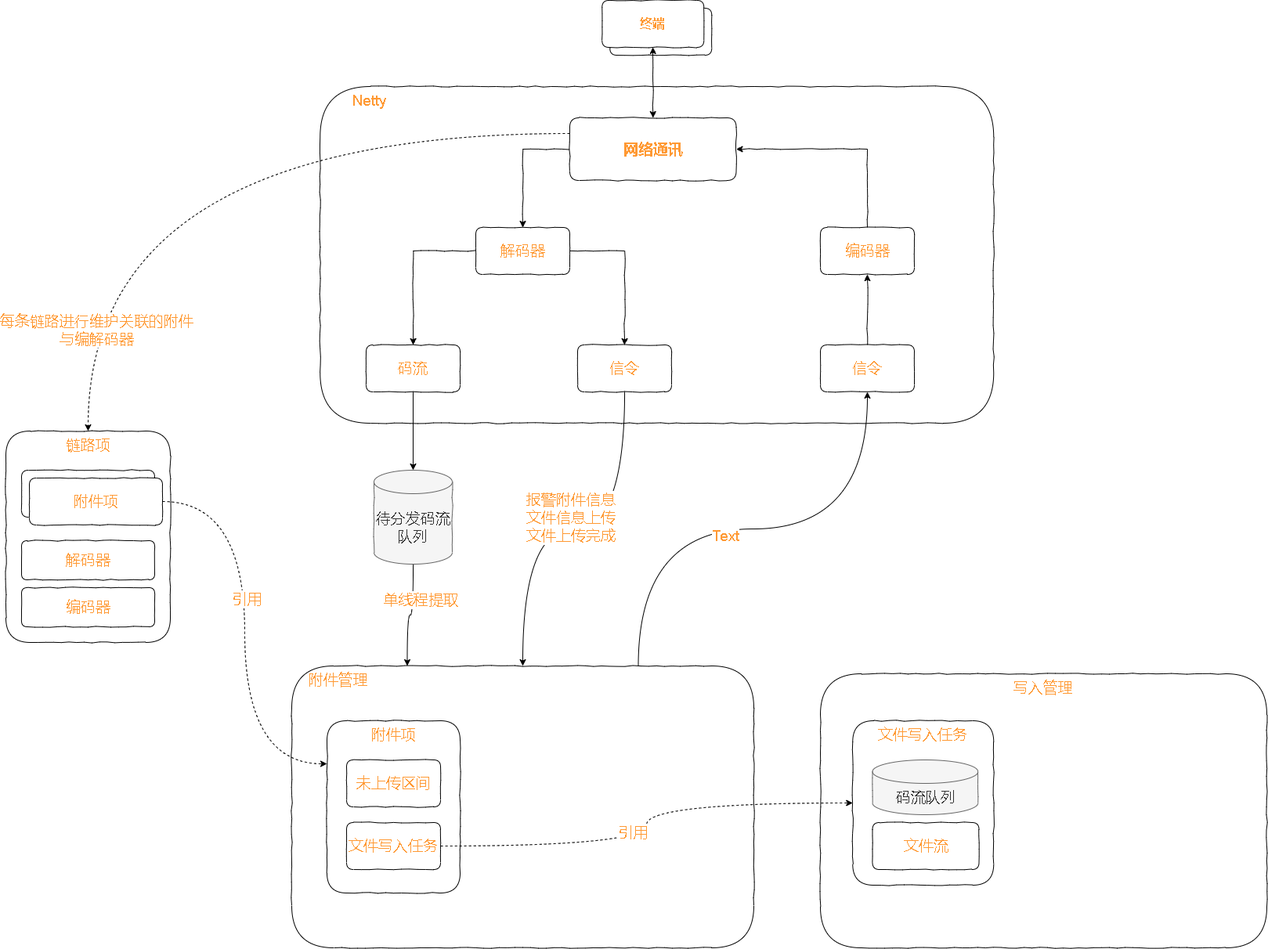
Above: test.drawio.png in xktder/draw (draw.io), before the change. Source tidied: cells renumbered, new cells last; positions are measured from the earlier drawing's top-left corner, leaving out a move shared by most shapes.
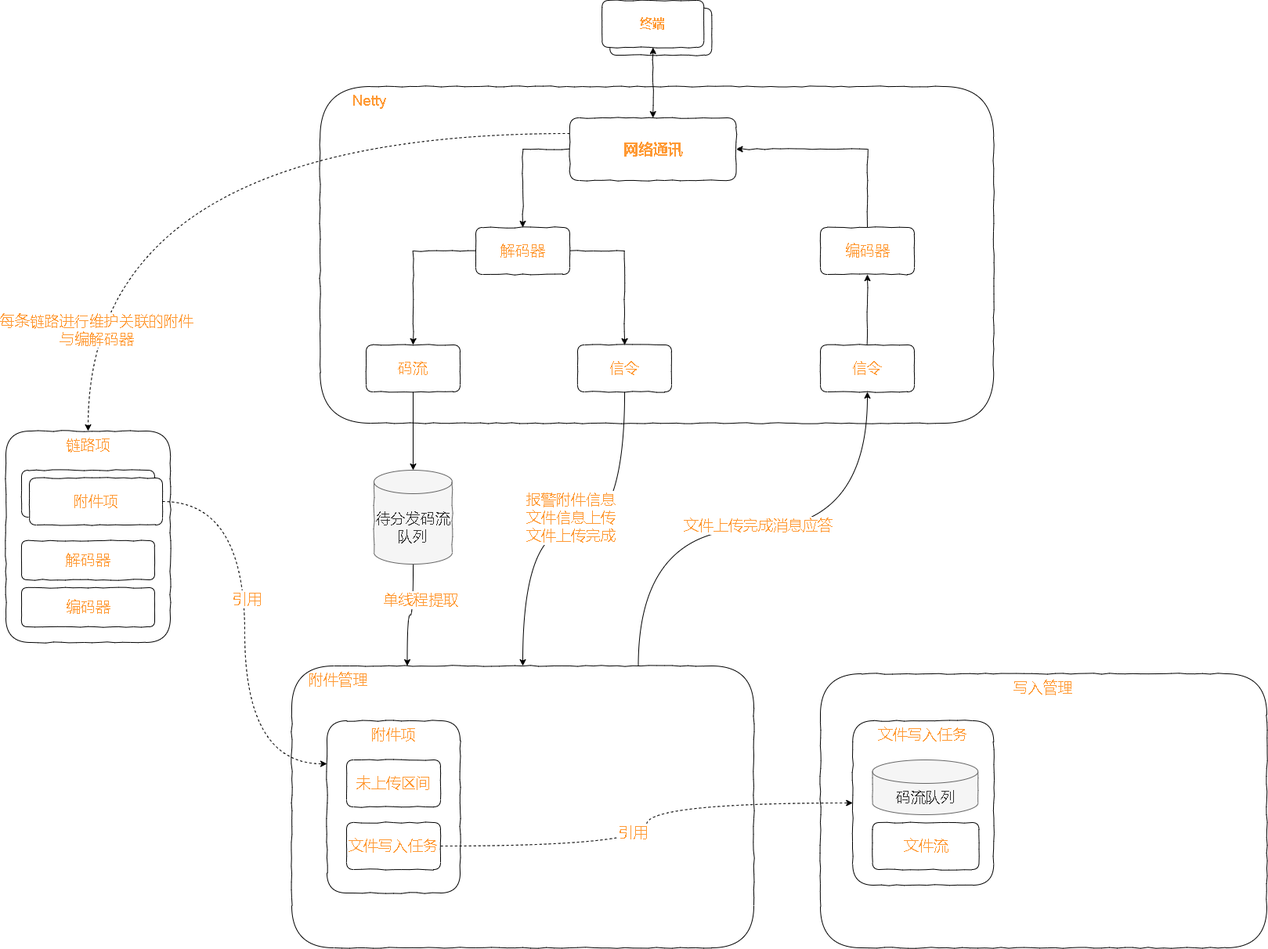
Later version of the same file.

The edit, as a diff of the source:
```diff
@@ -11,8 +11,10 @@
     <mxCell id="4" style="edgeStyle=orthogonalEdgeStyle;curved=1;rounded=0;comic=0;jettySize=auto;html=1;exitX=0.75;exitY=0;exitDx=0;exitDy=0;entryX=0.5;entryY=1;entryDx=0;entryDy=0;fontSize=19;fontColor=#FF9933;startArrow=none;startFill=0;endArrow=classic;endFill=1;" parent="1" edge="1" source="6" target="26">
       <mxGeometry relative="1" as="geometry" />
     </mxCell>
-    <mxCell id="5" value="Text" style="edgeLabel;html=1;align=center;verticalAlign=middle;fontSize=19;fontColor=#FF9933;" parent="4" vertex="1">
-      <mxGeometry x="-0.11" y="-8" relative="1" as="geometry" />
+    <mxCell id="5" value="文件上传完成消息应答" style="edgeLabel;html=1;align=center;verticalAlign=middle;fontSize=19;fontColor=#FF9933;" parent="4" vertex="1">
+      <mxGeometry x="-0.11" y="-8" relative="1" as="geometry">
+        <mxPoint x="41" y="-13" as="offset" />
+      </mxGeometry>
     </mxCell>
     <mxCell id="6" value="&amp;nbsp; &amp;nbsp; 附件管理" style="rounded=1;whiteSpace=wrap;html=1;comic=1;fontSize=19;fontColor=#FF9933;strokeColor=default;gradientColor=none;verticalAlign=top;align=left;" parent="1" vertex="1">
       <mxGeometry x="365" y="850" width="590" height="360" as="geometry" />
```
